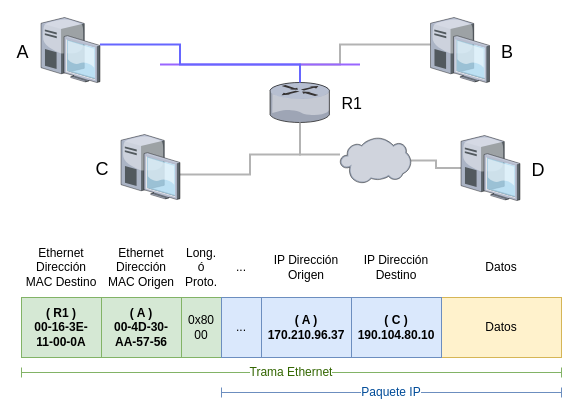
redesunlu/tyr-trabajos-practicos keeps this draw.io diagram as page "Page-1" (1 of 2) of images/encapsulamiento-entrega-indirecta.drawio. Above is the earlier version. Source tidied: cells renumbered, new cells numbered last; positions are measured from the earlier drawing's top-left corner, leaving out a move shared by most shapes. Both pictures are drawn from the tidied source at 100%, with x=0, y=0 at pixel (21, 17).
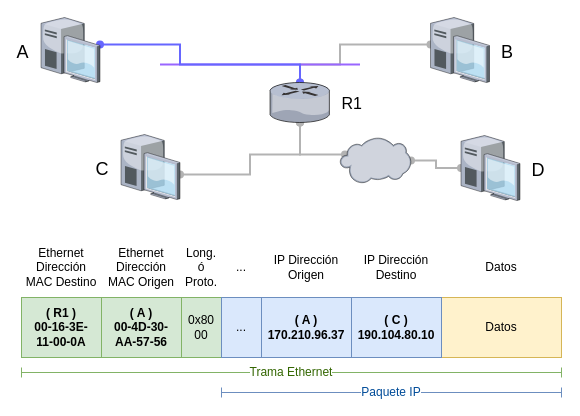
The same diagram, later.

Unchanged cells that the change refers to:
```xml
<mxCell id="20" value="B" style="verticalLabelPosition=middle;verticalAlign=middle;strokeColor=none;align=left;outlineConnect=0;shape=mxgraph.citrix.desktop;labelBackgroundColor=none;fontColor=#000000;fontSize=18;labelPosition=right;spacingLeft=10;" parent="1" vertex="1">
  <mxGeometry x="409" width="59" height="65" as="geometry" />
</mxCell>
<mxCell id="25" value="C" style="verticalLabelPosition=middle;verticalAlign=middle;strokeColor=none;align=right;outlineConnect=0;shape=mxgraph.citrix.desktop;labelBackgroundColor=none;fontColor=#000000;fontSize=18;labelPosition=left;spacingRight=10;" parent="1" vertex="1">
  <mxGeometry x="99.5" y="117" width="59" height="65" as="geometry" />
</mxCell>
<mxCell id="27" value="D" style="verticalLabelPosition=middle;verticalAlign=middle;strokeColor=none;align=left;outlineConnect=0;shape=mxgraph.citrix.desktop;labelBackgroundColor=none;fontColor=#000000;fontSize=18;labelPosition=right;spacingLeft=10;" parent="1" vertex="1">
  <mxGeometry x="439.5" y="118" width="59" height="65" as="geometry" />
</mxCell>
<mxCell id="28" style="verticalLabelPosition=bottom;html=1;verticalAlign=top;strokeColor=none;align=center;outlineConnect=0;shape=mxgraph.citrix.cloud;labelBackgroundColor=none;fontSize=16;fontColor=#000000;" parent="1" vertex="1">
  <mxGeometry x="318.5" y="120" width="71" height="46" as="geometry" />
</mxCell>
```

Change to the diagram source:
```diff
@@
-    <mxCell id="18" value="A" style="verticalLabelPosition=middle;verticalAlign=middle;strokeColor=none;align=right;outlineConnect=0;shape=mxgraph.citrix.desktop;labelBackgroundColor=none;fontColor=#000000;fontSize=18;labelPosition=left;spacingRight=10;" parent="1" vertex="1">
-      <mxGeometry x="19.5" width="59" height="65" as="geometry" />
-    </mxCell>
-    <mxCell id="19" style="edgeStyle=orthogonalEdgeStyle;rounded=0;jettySize=auto;html=1;fontColor=#004C99;endArrow=none;endFill=0;strokeWidth=2;strokeColor=#B3B3B3;" parent="1" edge="1" source="20" target="23">
+    <mxCell id="19" style="edgeStyle=orthogonalEdgeStyle;rounded=0;jettySize=auto;html=1;fontColor=#004C99;endArrow=oval;endFill=1;strokeWidth=2;strokeColor=#B3B3B3;startArrow=oval;startFill=1;" parent="1" edge="1" source="20" target="23">
       <mxGeometry relative="1" as="geometry">
         <Array as="points">
           <mxPoint x="318.5" y="27" />
           <mxPoint x="318.5" y="47" />
           <mxPoint x="278.5" y="47" />
         </Array>
       </mxGeometry>
     </mxCell>
@@
-    <mxCell id="22" style="edgeStyle=orthogonalEdgeStyle;rounded=0;jettySize=auto;html=1;endArrow=none;endFill=0;strokeColor=#B3B3B3;strokeWidth=2;fontSize=16;fontColor=#000000;" parent="1" edge="1" source="23" target="28">
+    <mxCell id="22" style="edgeStyle=orthogonalEdgeStyle;rounded=0;jettySize=auto;html=1;endArrow=oval;endFill=1;strokeColor=#B3B3B3;strokeWidth=2;fontSize=16;fontColor=#000000;startArrow=oval;startFill=1;targetPerimeterSpacing=-5;" parent="1" edge="1" source="23" target="28">
       <mxGeometry relative="1" as="geometry">
         <Array as="points">
           <mxPoint x="278.5" y="137" />
         </Array>
       </mxGeometry>
     </mxCell>
-    <mxCell id="23" value="R1" style="verticalLabelPosition=middle;verticalAlign=middle;strokeColor=none;align=left;outlineConnect=0;shape=mxgraph.citrix.router;fillColor=#ffffff;fontSize=16;labelPosition=right;spacingLeft=10;" parent="1" vertex="1">
-      <mxGeometry x="248.5" y="65" width="60" height="40" as="geometry" />
-    </mxCell>
-    <mxCell id="24" style="edgeStyle=orthogonalEdgeStyle;rounded=0;jettySize=auto;html=1;endArrow=none;endFill=0;strokeColor=#B3B3B3;strokeWidth=2;fontSize=16;fontColor=#000000;" parent="1" edge="1" source="25" target="23">
+    <mxCell id="24" style="edgeStyle=orthogonalEdgeStyle;rounded=0;jettySize=auto;html=1;endArrow=oval;endFill=1;strokeColor=#B3B3B3;strokeWidth=2;fontSize=16;fontColor=#000000;startArrow=oval;startFill=1;" parent="1" edge="1" source="25" target="23">
       <mxGeometry relative="1" as="geometry">
         <Array as="points">
           <mxPoint x="228.5" y="157" />
           <mxPoint x="228.5" y="137" />
           <mxPoint x="278.5" y="137" />
         </Array>
       </mxGeometry>
     </mxCell>
@@
-    <mxCell id="26" style="edgeStyle=orthogonalEdgeStyle;rounded=0;jettySize=auto;html=1;endArrow=none;endFill=0;strokeColor=#B3B3B3;strokeWidth=2;fontSize=16;fontColor=#000000;" parent="1" edge="1" source="27" target="28">
+    <mxCell id="26" style="edgeStyle=orthogonalEdgeStyle;rounded=0;jettySize=auto;html=1;endArrow=oval;endFill=1;strokeColor=#B3B3B3;strokeWidth=2;fontSize=16;fontColor=#000000;startArrow=oval;startFill=1;" parent="1" edge="1" source="27" target="28">
       <mxGeometry relative="1" as="geometry" />
     </mxCell>
@@
-    <mxCell id="29" style="edgeStyle=orthogonalEdgeStyle;rounded=0;jettySize=auto;html=1;fontColor=#004C99;endArrow=none;endFill=0;strokeWidth=2;strokeColor=#6666FF;" parent="1" edge="1" source="18" target="23">
+    <mxCell id="29" style="edgeStyle=orthogonalEdgeStyle;rounded=0;jettySize=auto;html=1;fontColor=#004C99;endArrow=oval;endFill=1;strokeWidth=2;strokeColor=#6666FF;startArrow=oval;startFill=1;" parent="1" edge="1" source="18" target="23">
       <mxGeometry relative="1" as="geometry">
         <Array as="points">
           <mxPoint x="158.5" y="27" />
           <mxPoint x="158.5" y="47" />
           <mxPoint x="278.5" y="47" />
         </Array>
       </mxGeometry>
     </mxCell>
+    <mxCell id="23" value="R1" style="verticalLabelPosition=middle;verticalAlign=middle;strokeColor=none;align=left;outlineConnect=0;shape=mxgraph.citrix.router;fillColor=#ffffff;fontSize=16;labelPosition=right;spacingLeft=10;" parent="1" vertex="1">
+      <mxGeometry x="248.5" y="65" width="60" height="40" as="geometry" />
+    </mxCell>
+    <mxCell id="18" value="A" style="verticalLabelPosition=middle;verticalAlign=middle;strokeColor=none;align=right;outlineConnect=0;shape=mxgraph.citrix.desktop;labelBackgroundColor=none;fontColor=#000000;fontSize=18;labelPosition=left;spacingRight=10;" parent="1" vertex="1">
+      <mxGeometry x="19.5" width="59" height="65" as="geometry" />
+    </mxCell>
```
